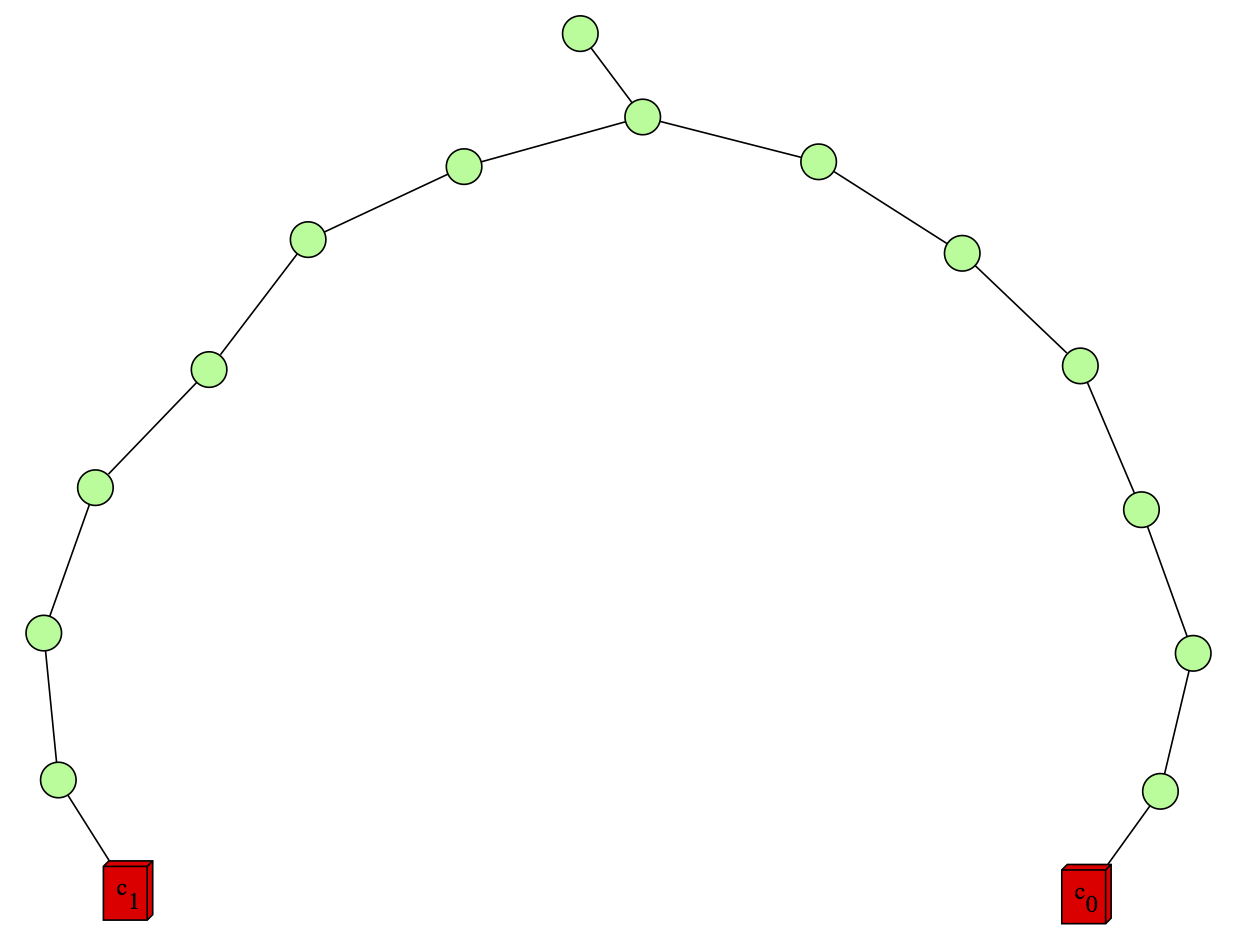
Before: doc/fdp/c.png, a diagram exported from Graphviz (apw/cache). Its source is kept beside it as doc/fdp/c.dot. The source it was exported from:
```dot
strict graph G {
	node[shape=point,width=0.3,style=filled,fillcolor=palegreen];
	"e3b042" -- "1e14c8"
	"1e14c8" -- "3babe8"
	"3babe8" -- "89aff3"
	"89aff3" -- "8cd28f"
	"8cd28f" -- "45b67f"
	"45b67f" -- "66996f"
	"66996f" -- "3f2d44"
	"3f2d44" -- "0x7f9430c039b0"
	"0x7f9430c039b0" [shape=box3d, label=<c<SUB>0</SUB>>, style=filled, fillcolor=red];
	"e3b042" -- "1e14c8"
	"1e14c8" -- "78beee"
	"78beee" -- "8d13ff"
	"8d13ff" -- "007146"
	"007146" -- "5fbe73"
	"5fbe73" -- "c4372d"
	"c4372d" -- "be8df2"
	"be8df2" -- "0x7f9430c03ad0"
	"0x7f9430c03ad0" [shape=box3d, label=<c<SUB>1</SUB>>, style=filled, fillcolor=red];
}
```
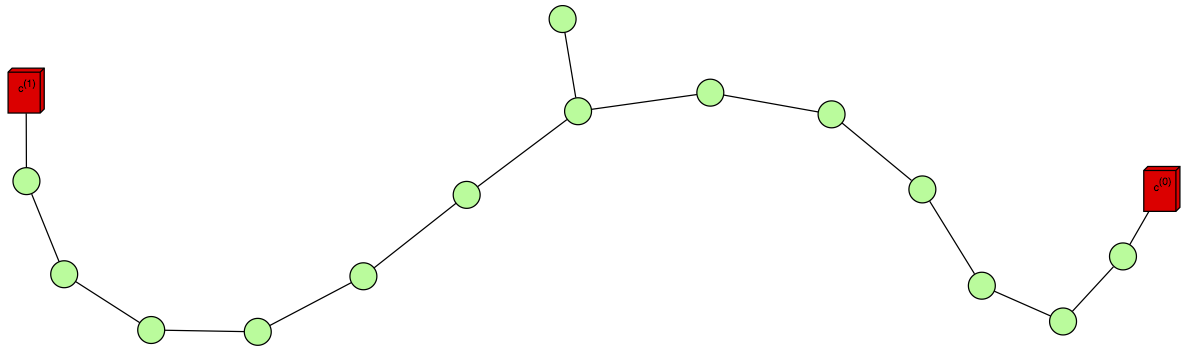
Above is the later version.

Diff of the diagram source:
```diff
@@ -1,5 +1,5 @@
 strict graph G {
-	node[shape=point,width=0.3,style=filled,fillcolor=palegreen];
+	node[ shape=point, width=0.3, style=filled, fillcolor=palegreen,  fontname="helvetica", fontsize=8];
 	"e3b042" -- "1e14c8"
 	"1e14c8" -- "3babe8"
 	"3babe8" -- "89aff3"
@@ -7,8 +7,8 @@
 	"8cd28f" -- "45b67f"
 	"45b67f" -- "66996f"
 	"66996f" -- "3f2d44"
-	"3f2d44" -- "0x7f9430c039b0"
-	"0x7f9430c039b0" [shape=box3d, label=<c<SUB>0</SUB>>, style=filled, fillcolor=red];
+	"3f2d44" -- "0x7fe20ac039b0"
+	"0x7fe20ac039b0" [shape=box3d, label=<c<SUP>(0)</SUP>>, style=filled, fillcolor=red];
 	"e3b042" -- "1e14c8"
 	"1e14c8" -- "78beee"
 	"78beee" -- "8d13ff"
@@ -16,6 +16,6 @@
 	"007146" -- "5fbe73"
 	"5fbe73" -- "c4372d"
 	"c4372d" -- "be8df2"
-	"be8df2" -- "0x7f9430c03ad0"
-	"0x7f9430c03ad0" [shape=box3d, label=<c<SUB>1</SUB>>, style=filled, fillcolor=red];
+	"be8df2" -- "0x7fe20ac03ad0"
+	"0x7fe20ac03ad0" [shape=box3d, label=<c<SUP>(1)</SUP>>, style=filled, fillcolor=red];
 }
```
